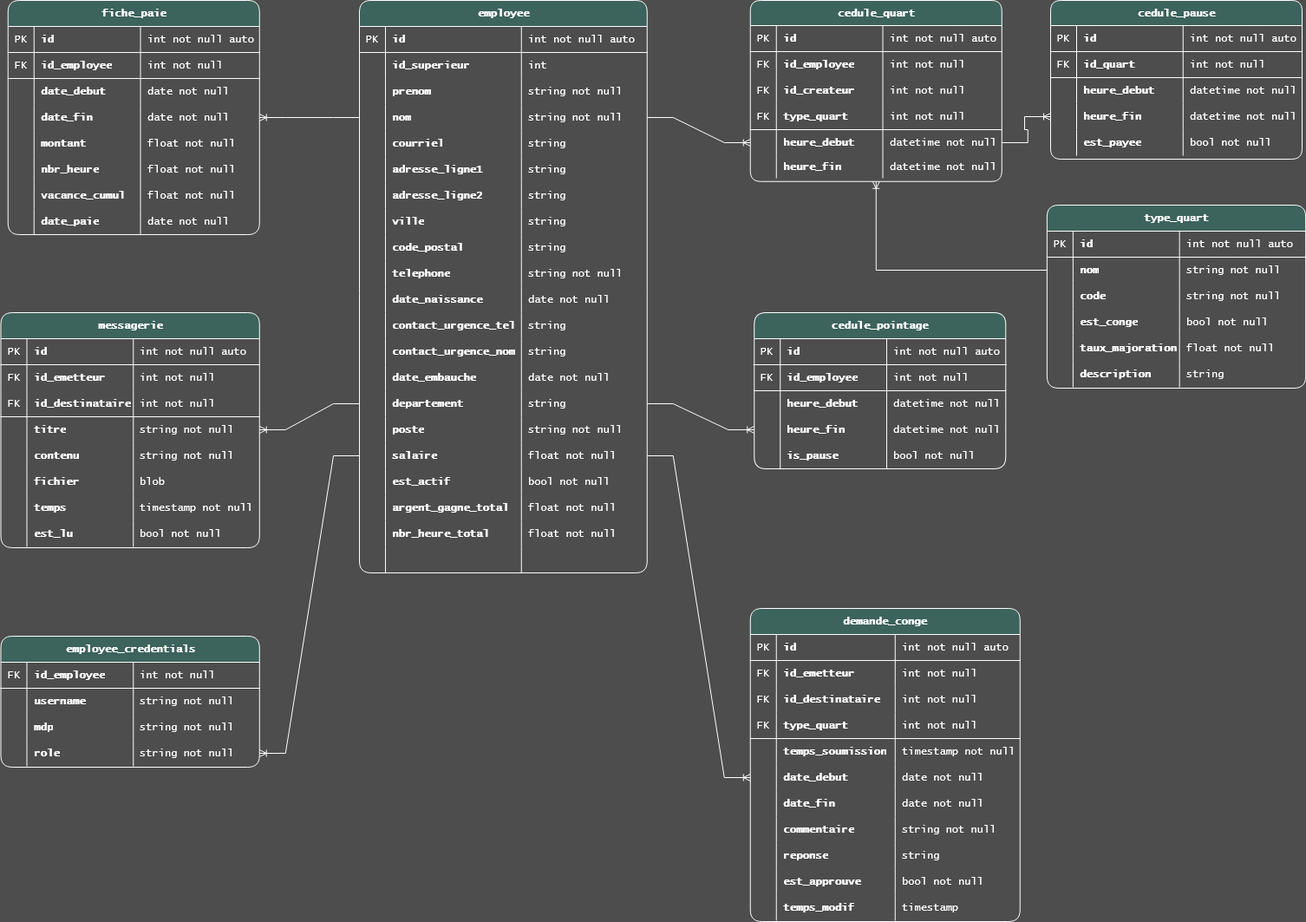
BradLeneus/Chrono-Corp keeps this draw.io diagram as data/diagramme.png. Above is the earlier version. Source tidied: cells renumbered, new cells last; positions are measured from the earlier drawing's top-left corner, leaving out a move shared by most shapes.
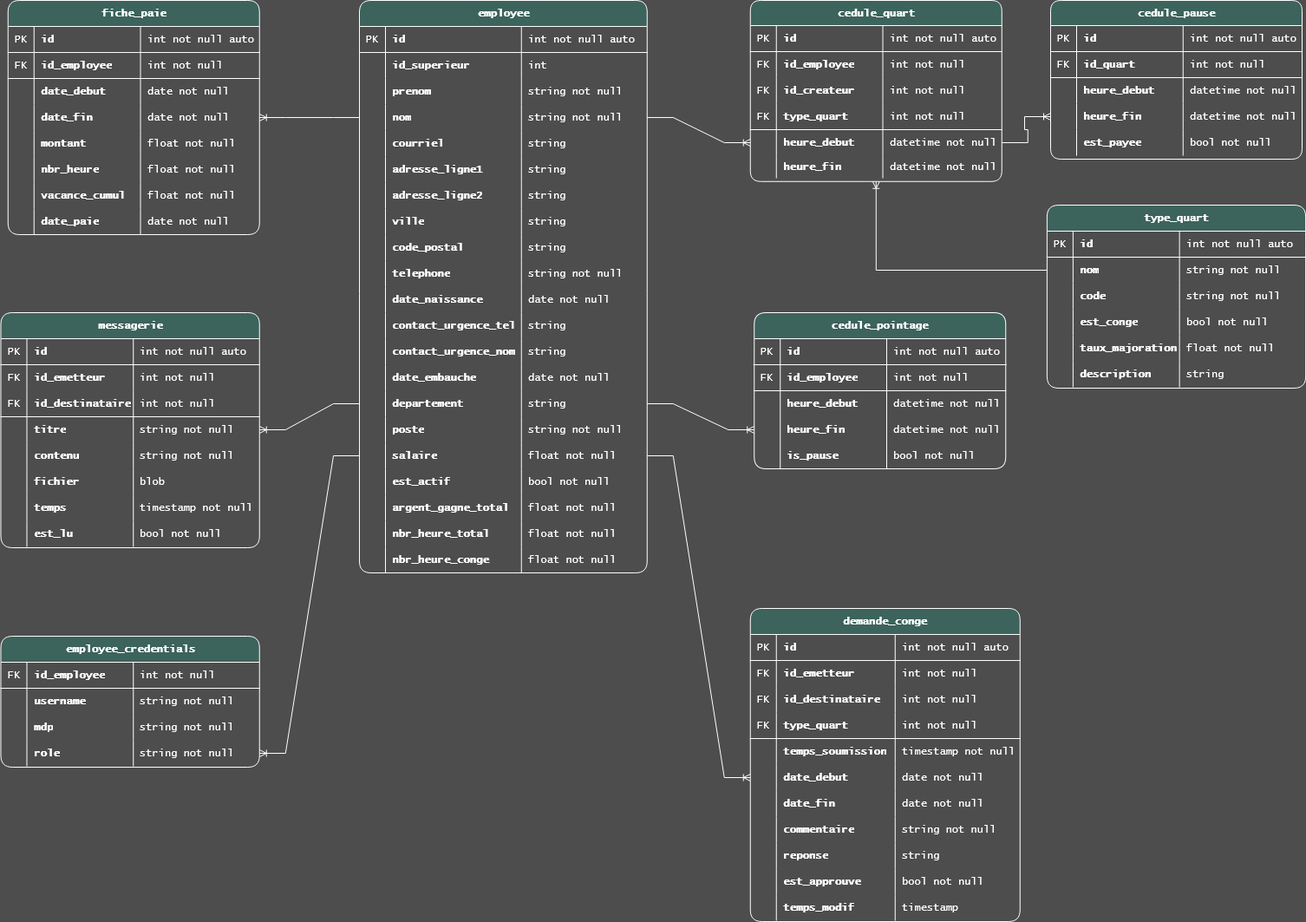
Later version of the same file.

Commit message:
Correction au diagramme

The edit, as a diff of the source:
```diff
@@ -314,10 +314,10 @@
     <mxCell id="105" style="shape=partialRectangle;fillColor=none;top=0;left=0;bottom=0;right=0;overflow=hidden;whiteSpace=wrap;html=1;rounded=1;labelBackgroundColor=none;strokeColor=#FFFFFF;fontColor=#FFFFFF;fontFamily=Lucida Console;swimlaneFillColor=none;" parent="104" vertex="1">
       <mxGeometry width="30" height="30" as="geometry" />
     </mxCell>
-    <mxCell id="106" style="shape=partialRectangle;fillColor=none;top=0;left=0;bottom=0;right=0;align=left;spacingLeft=6;overflow=hidden;whiteSpace=wrap;html=1;rounded=1;labelBackgroundColor=none;strokeColor=#FFFFFF;fontColor=#FFFFFF;fontFamily=Lucida Console;swimlaneFillColor=none;fontStyle=1;" parent="104" vertex="1">
+    <mxCell id="106" value="nbr_heure_conge&lt;span style=&quot;white-space: pre;&quot;&gt;&#9;&lt;/span&gt;" style="shape=partialRectangle;fillColor=none;top=0;left=0;bottom=0;right=0;align=left;spacingLeft=6;overflow=hidden;whiteSpace=wrap;html=1;rounded=1;labelBackgroundColor=none;strokeColor=#FFFFFF;fontColor=#FFFFFF;fontFamily=Lucida Console;swimlaneFillColor=none;fontStyle=1;" parent="104" vertex="1">
       <mxGeometry x="30" width="156.8" height="30" as="geometry" />
     </mxCell>
-    <mxCell id="107" style="shape=partialRectangle;fillColor=none;top=0;left=0;bottom=0;right=0;align=left;spacingLeft=6;overflow=hidden;whiteSpace=wrap;html=1;rounded=1;labelBackgroundColor=none;strokeColor=#FFFFFF;fontColor=#FFFFFF;fontFamily=Lucida Console;swimlaneFillColor=none;" parent="104" vertex="1">
+    <mxCell id="107" value="float not null" style="shape=partialRectangle;fillColor=none;top=0;left=0;bottom=0;right=0;align=left;spacingLeft=6;overflow=hidden;whiteSpace=wrap;html=1;rounded=1;labelBackgroundColor=none;strokeColor=#FFFFFF;fontColor=#FFFFFF;fontFamily=Lucida Console;swimlaneFillColor=none;" parent="104" vertex="1">
       <mxGeometry x="186.8" width="145" height="30" as="geometry" />
     </mxCell>
     <mxCell id="108" value="cedule_quart" style="shape=table;startSize=29;rowLines=0;fontStyle=1;align=center;html=1;rounded=1;labelBackgroundColor=none;shadow=0;fillColor=#3C635C;strokeColor=#FFFFFF;fontColor=#FFFFFF;gradientColor=none;swimlaneFillColor=none;fontFamily=Lucida Console;flipV=0;flipH=1;arcSize=14;" parent="1" vertex="1">
```
